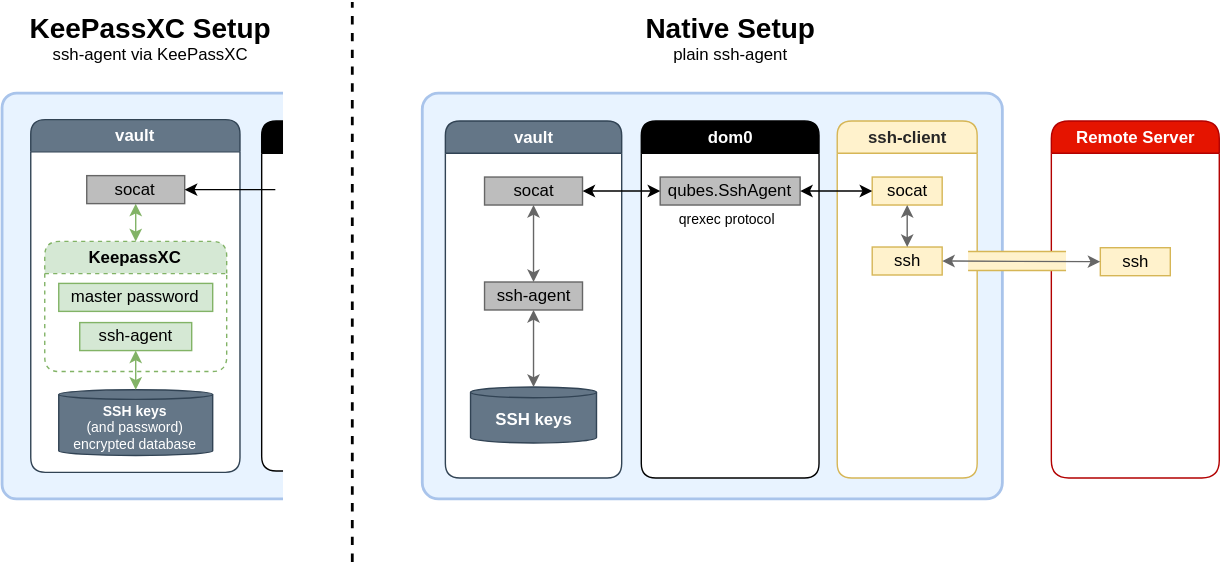
Above: split-ssh-keepassxc-6.svg in ephemer4l/qubes-splitssh-diagram (draw.io), before the change. Source tidied: cells renumbered, new cells last; positions are measured from the earlier drawing's top-left corner, leaving out a move shared by most shapes. Its diagram source:
```xml
<mxGraphModel background="#ffffff">
  <root>
    <mxCell id="0" />
    <mxCell id="1" parent="0" />
    <mxCell id="2" style="rounded=1;whiteSpace=wrap;html=1;shadow=0;glass=0;sketch=0;strokeWidth=2;arcSize=4;fillColor=#E8F3FF;strokeColor=#A9C4EB;" parent="1" vertex="1">
      <mxGeometry x="-0.2" y="65" width="259.2" height="290" as="geometry" />
    </mxCell>
    <mxCell id="3" value="vault" style="swimlane;whiteSpace=wrap;html=1;rounded=1;shadow=0;glass=0;comic=0;startSize=23;swimlaneFillColor=#ffffff;fontColor=#ffffff;fillColor=#647687;strokeColor=#314354;" parent="1" vertex="1">
      <mxGeometry x="20.2" y="84" width="149.5" height="252" as="geometry" />
    </mxCell>
    <mxCell id="4" style="endArrow=classic;startArrow=classic;html=1;strokeColor=#82b366;entryX=0.5;entryY=1;entryDx=0;entryDy=0;gradientColor=#97d077;fillColor=#d5e8d4;" parent="3" edge="1" target="12">
      <mxGeometry relative="1" as="geometry">
        <mxPoint x="75" y="87" as="sourcePoint" />
      </mxGeometry>
    </mxCell>
    <mxCell id="5" value="KeepassXC" style="swimlane;whiteSpace=wrap;html=1;rounded=1;shadow=0;glass=0;comic=0;startSize=23;swimlaneFillColor=#ffffff;fillColor=#d5e8d4;strokeColor=#82b366;dashed=1;" parent="3" vertex="1">
      <mxGeometry x="10" y="87" width="130" height="93" as="geometry" />
    </mxCell>
    <mxCell id="6" style="shape=cylinder3;whiteSpace=wrap;html=1;boundedLbl=1;backgroundOutline=1;size=3.4285714285715017;rounded=0;glass=0;comic=0;strokeColor=#314354;strokeWidth=1;fillColor=#647687;fontColor=#ffffff;" parent="5" vertex="1">
      <mxGeometry x="10" y="106" width="110" height="47" as="geometry" />
    </mxCell>
    <mxCell id="7" value="&lt;div style=&quot;font-size: 10px&quot;&gt;&lt;b&gt;&lt;font style=&quot;font-size: 10px&quot; face=&quot;Helvetica&quot;&gt;SSH keys&lt;/font&gt;&lt;/b&gt;&lt;/div&gt;&lt;div style=&quot;font-size: 10px&quot;&gt;&lt;font style=&quot;font-size: 10px&quot; face=&quot;Helvetica&quot;&gt;(and password) encrypted database&lt;br&gt;&lt;/font&gt;&lt;/div&gt;" style="text;html=1;strokeColor=none;fillColor=none;align=center;verticalAlign=middle;whiteSpace=wrap;rounded=0;glass=0;comic=0;fontColor=#FFFFFF;" parent="5" vertex="1">
      <mxGeometry x="10" y="123" width="110" height="20" as="geometry" />
    </mxCell>
    <mxCell id="8" style="rounded=0;whiteSpace=wrap;html=1;glass=0;comic=0;strokeWidth=1;fillColor=#d5e8d4;strokeColor=#82b366;" parent="5" vertex="1">
      <mxGeometry x="25" y="58" width="80" height="20" as="geometry" />
    </mxCell>
    <mxCell id="9" value="&lt;div&gt;ssh-agent&lt;/div&gt;" style="text;html=1;strokeColor=none;fillColor=none;align=center;verticalAlign=middle;whiteSpace=wrap;rounded=0;glass=0;comic=0;" parent="5" vertex="1">
      <mxGeometry x="32.5" y="58" width="65" height="20" as="geometry" />
    </mxCell>
    <mxCell id="10" style="endArrow=classic;startArrow=classic;html=1;entryX=0.5;entryY=1;entryDx=0;entryDy=0;strokeColor=#82b366;fillColor=#d5e8d4;" parent="5" edge="1" source="6" target="8">
      <mxGeometry relative="1" as="geometry">
        <Array as="points">
          <mxPoint x="65" y="83" />
        </Array>
      </mxGeometry>
    </mxCell>
    <mxCell id="11" value="&lt;div&gt;master password&lt;br&gt;&lt;/div&gt;" style="text;html=1;strokeColor=#82b366;fillColor=#d5e8d4;align=center;verticalAlign=middle;whiteSpace=wrap;rounded=0;glass=0;comic=0;" parent="5" vertex="1">
      <mxGeometry x="10" y="30" width="110" height="20" as="geometry" />
    </mxCell>
    <mxCell id="12" value="socat" style="rounded=0;whiteSpace=wrap;html=1;glass=0;comic=0;strokeWidth=1;fillColor=#BDBDBD;strokeColor=#666666;" parent="3" vertex="1">
      <mxGeometry x="40" y="40" width="70" height="20" as="geometry" />
    </mxCell>
    <mxCell id="13" value="&lt;div&gt;&lt;b&gt;&lt;font style=&quot;font-size: 20px&quot;&gt;KeePassXC Setup&lt;/font&gt;&lt;/b&gt;&lt;/div&gt;&lt;div&gt;ssh-agent via KeePassXC&lt;/div&gt;" style="text;html=1;strokeColor=none;fillColor=none;align=center;verticalAlign=middle;whiteSpace=wrap;rounded=0;" parent="1" vertex="1">
      <mxGeometry x="-0.2" y="1" width="212" height="50" as="geometry" />
    </mxCell>
    <mxCell id="14" style="rounded=1;whiteSpace=wrap;html=1;shadow=0;glass=0;sketch=0;strokeWidth=2;arcSize=4;fillColor=#E8F3FF;strokeColor=#A9C4EB;" parent="1" vertex="1">
      <mxGeometry x="300" y="65" width="414.5" height="290" as="geometry" />
    </mxCell>
    <mxCell id="15" value="vault" style="swimlane;whiteSpace=wrap;html=1;rounded=1;shadow=0;glass=0;comic=0;startSize=23;swimlaneFillColor=#ffffff;fontColor=#ffffff;fillColor=#647687;strokeColor=#314354;" parent="1" vertex="1">
      <mxGeometry x="316.5" y="85" width="126" height="255" as="geometry" />
    </mxCell>
    <mxCell id="16" style="swimlane;whiteSpace=wrap;html=1;rounded=1;shadow=0;glass=0;comic=0;startSize=23;swimlaneFillColor=#ffffff;fillColor=#000000;" parent="15" vertex="1">
      <mxGeometry x="-131.2" width="59.2" height="250" as="geometry" />
    </mxCell>
    <mxCell id="17" style="rounded=0;whiteSpace=wrap;html=1;shadow=0;glass=0;sketch=0;strokeWidth=2;strokeColor=#FFFFFF;" parent="15" vertex="1">
      <mxGeometry x="-115" y="-46.5" width="65" height="330" as="geometry" />
    </mxCell>
    <mxCell id="18" style="shape=cylinder3;whiteSpace=wrap;html=1;boundedLbl=1;backgroundOutline=1;size=3.857142857142833;rounded=0;glass=0;comic=0;strokeColor=#314354;strokeWidth=1;fillColor=#647687;fontColor=#ffffff;" parent="15" vertex="1">
      <mxGeometry x="18" y="190" width="90" height="40" as="geometry" />
    </mxCell>
    <mxCell id="19" value="socat" style="rounded=0;whiteSpace=wrap;html=1;glass=0;comic=0;strokeWidth=1;fillColor=#BDBDBD;strokeColor=#666666;" parent="15" vertex="1">
      <mxGeometry x="28" y="40" width="70" height="20" as="geometry" />
    </mxCell>
    <mxCell id="20" value="ssh-agent" style="rounded=0;whiteSpace=wrap;html=1;glass=0;comic=0;strokeWidth=1;fillColor=#BDBDBD;strokeColor=#666666;" parent="15" vertex="1">
      <mxGeometry x="28" y="115" width="70" height="20" as="geometry" />
    </mxCell>
    <mxCell id="21" style="endArrow=classic;startArrow=classic;html=1;entryX=0.5;entryY=1;entryDx=0;entryDy=0;strokeColor=#666666;" parent="15" edge="1" source="18" target="20">
      <mxGeometry relative="1" as="geometry" />
    </mxCell>
    <mxCell id="22" value="&lt;div&gt;&lt;b&gt;SSH keys&lt;/b&gt;&lt;/div&gt;" style="text;html=1;strokeColor=none;fillColor=none;align=center;verticalAlign=middle;whiteSpace=wrap;rounded=0;glass=0;comic=0;fontColor=#FFFFFF;" parent="15" vertex="1">
      <mxGeometry x="28" y="204" width="70" height="20" as="geometry" />
    </mxCell>
    <mxCell id="23" style="endArrow=classic;startArrow=classic;html=1;strokeColor=#666666;exitX=0.5;exitY=0;exitDx=0;exitDy=0;" parent="15" edge="1" source="20">
      <mxGeometry relative="1" as="geometry">
        <mxPoint x="63" y="60" as="targetPoint" />
      </mxGeometry>
    </mxCell>
    <mxCell id="24" value="&lt;font color=&quot;#262626&quot;&gt;ssh-client&lt;/font&gt;" style="swimlane;whiteSpace=wrap;html=1;rounded=1;shadow=0;glass=0;comic=0;strokeColor=#d6b656;fillColor=#fff2cc;startSize=23;swimlaneFillColor=#ffffff;" parent="1" vertex="1">
      <mxGeometry x="596.5" y="85" width="100" height="255" as="geometry" />
    </mxCell>
    <mxCell id="25" value="socat" style="rounded=0;whiteSpace=wrap;html=1;glass=0;comic=0;strokeWidth=1;fillColor=#fff2cc;strokeColor=#d6b656;" parent="24" vertex="1">
      <mxGeometry x="25" y="40" width="50" height="20" as="geometry" />
    </mxCell>
    <mxCell id="26" value="ssh" style="rounded=0;whiteSpace=wrap;html=1;glass=0;comic=0;strokeWidth=1;fillColor=#fff2cc;strokeColor=#d6b656;" parent="24" vertex="1">
      <mxGeometry x="25" y="90" width="50" height="20" as="geometry" />
    </mxCell>
    <mxCell id="27" style="endArrow=classic;startArrow=classic;html=1;strokeColor=#666666;entryX=0.5;entryY=1;entryDx=0;entryDy=0;exitX=0.5;exitY=0;exitDx=0;exitDy=0;" parent="24" edge="1" source="26" target="25">
      <mxGeometry relative="1" as="geometry" />
    </mxCell>
    <mxCell id="28" value="&lt;div style=&quot;font-size: 20px&quot;&gt;&lt;b&gt;&lt;font style=&quot;font-size: 20px&quot;&gt;Native Setup&lt;/font&gt;&lt;/b&gt;&lt;/div&gt;&lt;div&gt;plain ssh-agent&lt;br&gt;&lt;/div&gt;" style="text;html=1;strokeColor=none;fillColor=none;align=center;verticalAlign=middle;whiteSpace=wrap;rounded=0;" parent="1" vertex="1">
      <mxGeometry x="404.5" y="6" width="231" height="40" as="geometry" />
    </mxCell>
    <mxCell id="29" value="Remote Server" style="swimlane;whiteSpace=wrap;html=1;rounded=1;shadow=0;glass=0;comic=0;strokeColor=#B20000;fillColor=#e51400;startSize=23;swimlaneFillColor=#ffffff;sketch=0;arcSize=18;swimlaneLine=1;fontColor=#ffffff;" parent="1" vertex="1">
      <mxGeometry x="749.5" y="85" width="120" height="255" as="geometry" />
    </mxCell>
    <mxCell id="30" value="ssh" style="rounded=0;whiteSpace=wrap;html=1;glass=0;comic=0;strokeWidth=1;fillColor=#fff2cc;strokeColor=#d6b656;" parent="29" vertex="1">
      <mxGeometry x="35" y="90.5" width="50" height="20" as="geometry" />
    </mxCell>
    <mxCell id="31" value="&lt;div&gt;&lt;font color=&quot;#FFFFFF&quot;&gt;dom0&lt;/font&gt;&lt;/div&gt;" style="swimlane;whiteSpace=wrap;html=1;rounded=1;shadow=0;glass=0;comic=0;startSize=23;swimlaneFillColor=#ffffff;fillColor=#000000;" parent="1" vertex="1">
      <mxGeometry x="456.5" y="85" width="127" height="255" as="geometry" />
    </mxCell>
    <mxCell id="32" value="qubes.SshAgent" style="rounded=0;whiteSpace=wrap;html=1;glass=0;comic=0;strokeWidth=1;fillColor=#BDBDBD;strokeColor=#666666;" parent="31" vertex="1">
      <mxGeometry x="13.5" y="40" width="100" height="20" as="geometry" />
    </mxCell>
    <mxCell id="33" value="&lt;div style=&quot;font-size: 10px&quot;&gt;&lt;font style=&quot;font-size: 10px&quot;&gt;qrexec protocol&lt;/font&gt;&lt;/div&gt;" style="text;html=1;strokeColor=none;fillColor=none;align=center;verticalAlign=middle;whiteSpace=wrap;rounded=0;glass=0;comic=0;" parent="31" vertex="1">
      <mxGeometry x="13.5" y="60" width="96" height="20" as="geometry" />
    </mxCell>
    <mxCell id="34" style="endArrow=classic;startArrow=classic;html=1;entryX=0;entryY=0.5;entryDx=0;entryDy=0;exitX=1;exitY=0.5;exitDx=0;exitDy=0;" parent="1" edge="1" source="19" target="32">
      <mxGeometry relative="1" as="geometry" />
    </mxCell>
    <mxCell id="35" style="endArrow=classic;startArrow=classic;html=1;entryX=0;entryY=0.5;entryDx=0;entryDy=0;exitX=1;exitY=0.5;exitDx=0;exitDy=0;" parent="1" edge="1" source="32" target="25">
      <mxGeometry relative="1" as="geometry" />
    </mxCell>
    <mxCell id="36" style="shape=partialRectangle;whiteSpace=wrap;html=1;left=0;right=0;fillColor=#fff2cc;rounded=1;shadow=0;glass=0;sketch=0;strokeColor=#d6b656;" parent="1" vertex="1">
      <mxGeometry x="690" y="178.2" width="70" height="13.5" as="geometry" />
    </mxCell>
    <mxCell id="37" style="endArrow=classic;startArrow=classic;html=1;strokeColor=#666666;entryX=1;entryY=0.5;entryDx=0;entryDy=0;exitX=0;exitY=0.5;exitDx=0;exitDy=0;" parent="1" edge="1" source="30" target="26">
      <mxGeometry relative="1" as="geometry" />
    </mxCell>
    <mxCell id="38" style="endArrow=classic;startArrow=none;html=1;startFill=0;entryX=1;entryY=0.5;entryDx=0;entryDy=0;" parent="1" edge="1" target="12">
      <mxGeometry relative="1" as="geometry">
        <mxPoint x="195" y="134" as="sourcePoint" />
      </mxGeometry>
    </mxCell>
    <mxCell id="39" style="endArrow=none;html=1;dashed=1;strokeWidth=2;" parent="1" edge="1">
      <mxGeometry relative="1" as="geometry">
        <mxPoint x="250" y="400" as="sourcePoint" />
        <mxPoint x="250" as="targetPoint" />
      </mxGeometry>
    </mxCell>
  </root>
</mxGraphModel>
```
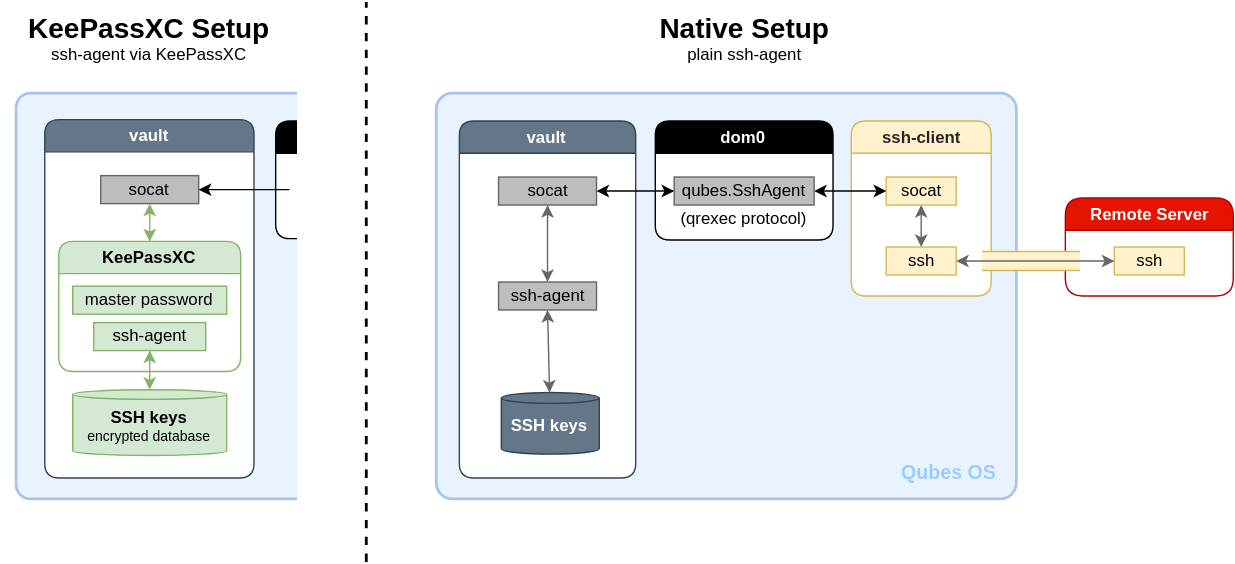
After the commit.

Diff of the diagram source:
```diff
@@ -6,21 +6,21 @@
       <mxGeometry x="-0.2" y="65" width="259.2" height="290" as="geometry" />
     </mxCell>
     <mxCell id="3" value="vault" style="swimlane;whiteSpace=wrap;html=1;rounded=1;shadow=0;glass=0;comic=0;startSize=23;swimlaneFillColor=#ffffff;fontColor=#ffffff;fillColor=#647687;strokeColor=#314354;" parent="1" vertex="1">
-      <mxGeometry x="20.2" y="84" width="149.5" height="252" as="geometry" />
+      <mxGeometry x="20.2" y="84" width="149.5" height="256" as="geometry" />
     </mxCell>
     <mxCell id="4" style="endArrow=classic;startArrow=classic;html=1;strokeColor=#82b366;entryX=0.5;entryY=1;entryDx=0;entryDy=0;gradientColor=#97d077;fillColor=#d5e8d4;" parent="3" edge="1" target="12">
       <mxGeometry relative="1" as="geometry">
         <mxPoint x="75" y="87" as="sourcePoint" />
       </mxGeometry>
     </mxCell>
-    <mxCell id="5" value="KeepassXC" style="swimlane;whiteSpace=wrap;html=1;rounded=1;shadow=0;glass=0;comic=0;startSize=23;swimlaneFillColor=#ffffff;fillColor=#d5e8d4;strokeColor=#82b366;dashed=1;" parent="3" vertex="1">
+    <mxCell id="5" value="KeePassXC" style="swimlane;whiteSpace=wrap;html=1;rounded=1;shadow=0;glass=0;comic=0;startSize=23;swimlaneFillColor=#ffffff;fillColor=#d5e8d4;strokeColor=#82b366;" parent="3" vertex="1">
       <mxGeometry x="10" y="87" width="130" height="93" as="geometry" />
     </mxCell>
-    <mxCell id="6" style="shape=cylinder3;whiteSpace=wrap;html=1;boundedLbl=1;backgroundOutline=1;size=3.4285714285715017;rounded=0;glass=0;comic=0;strokeColor=#314354;strokeWidth=1;fillColor=#647687;fontColor=#ffffff;" parent="5" vertex="1">
+    <mxCell id="6" style="shape=cylinder3;whiteSpace=wrap;html=1;boundedLbl=1;backgroundOutline=1;size=3.4285714285715017;rounded=0;glass=0;comic=0;strokeColor=#82b366;strokeWidth=1;fillColor=#d5e8d4;noLabel=1;fontColor=none;" parent="5" vertex="1">
       <mxGeometry x="10" y="106" width="110" height="47" as="geometry" />
     </mxCell>
-    <mxCell id="7" value="&lt;div style=&quot;font-size: 10px&quot;&gt;&lt;b&gt;&lt;font style=&quot;font-size: 10px&quot; face=&quot;Helvetica&quot;&gt;SSH keys&lt;/font&gt;&lt;/b&gt;&lt;/div&gt;&lt;div style=&quot;font-size: 10px&quot;&gt;&lt;font style=&quot;font-size: 10px&quot; face=&quot;Helvetica&quot;&gt;(and password) encrypted database&lt;br&gt;&lt;/font&gt;&lt;/div&gt;" style="text;html=1;strokeColor=none;fillColor=none;align=center;verticalAlign=middle;whiteSpace=wrap;rounded=0;glass=0;comic=0;fontColor=#FFFFFF;" parent="5" vertex="1">
-      <mxGeometry x="10" y="123" width="110" height="20" as="geometry" />
+    <mxCell id="7" value="&lt;div style=&quot;font-size: 11px&quot;&gt;&lt;font size=&quot;1&quot;&gt;&lt;b&gt;&lt;font style=&quot;font-size: 12px&quot; face=&quot;Helvetica&quot;&gt;SSH keys&lt;/font&gt;&lt;/b&gt;&lt;/font&gt;&lt;/div&gt;&lt;div style=&quot;font-size: 10px&quot;&gt;&lt;font style=&quot;font-size: 10px&quot; face=&quot;Helvetica&quot;&gt;encrypted database&lt;br&gt;&lt;/font&gt;&lt;/div&gt;" style="text;html=1;strokeColor=none;fillColor=none;align=center;verticalAlign=middle;whiteSpace=wrap;rounded=0;glass=0;comic=0;" parent="5" vertex="1">
+      <mxGeometry x="10" y="112" width="110" height="40" as="geometry" />
     </mxCell>
     <mxCell id="8" style="rounded=0;whiteSpace=wrap;html=1;glass=0;comic=0;strokeWidth=1;fillColor=#d5e8d4;strokeColor=#82b366;" parent="5" vertex="1">
       <mxGeometry x="25" y="58" width="80" height="20" as="geometry" />
@@ -36,13 +36,13 @@
       </mxGeometry>
     </mxCell>
     <mxCell id="11" value="&lt;div&gt;master password&lt;br&gt;&lt;/div&gt;" style="text;html=1;strokeColor=#82b366;fillColor=#d5e8d4;align=center;verticalAlign=middle;whiteSpace=wrap;rounded=0;glass=0;comic=0;" parent="5" vertex="1">
-      <mxGeometry x="10" y="30" width="110" height="20" as="geometry" />
+      <mxGeometry x="10" y="32" width="110" height="20" as="geometry" />
     </mxCell>
     <mxCell id="12" value="socat" style="rounded=0;whiteSpace=wrap;html=1;glass=0;comic=0;strokeWidth=1;fillColor=#BDBDBD;strokeColor=#666666;" parent="3" vertex="1">
       <mxGeometry x="40" y="40" width="70" height="20" as="geometry" />
     </mxCell>
     <mxCell id="13" value="&lt;div&gt;&lt;b&gt;&lt;font style=&quot;font-size: 20px&quot;&gt;KeePassXC Setup&lt;/font&gt;&lt;/b&gt;&lt;/div&gt;&lt;div&gt;ssh-agent via KeePassXC&lt;/div&gt;" style="text;html=1;strokeColor=none;fillColor=none;align=center;verticalAlign=middle;whiteSpace=wrap;rounded=0;" parent="1" vertex="1">
-      <mxGeometry x="-0.2" y="1" width="212" height="50" as="geometry" />
+      <mxGeometry x="-11" y="1" width="212" height="50" as="geometry" />
     </mxCell>
     <mxCell id="14" style="rounded=1;whiteSpace=wrap;html=1;shadow=0;glass=0;sketch=0;strokeWidth=2;arcSize=4;fillColor=#E8F3FF;strokeColor=#A9C4EB;" parent="1" vertex="1">
       <mxGeometry x="300" y="65" width="414.5" height="290" as="geometry" />
@@ -51,13 +51,13 @@
       <mxGeometry x="316.5" y="85" width="126" height="255" as="geometry" />
     </mxCell>
     <mxCell id="16" style="swimlane;whiteSpace=wrap;html=1;rounded=1;shadow=0;glass=0;comic=0;startSize=23;swimlaneFillColor=#ffffff;fillColor=#000000;" parent="15" vertex="1">
-      <mxGeometry x="-131.2" width="59.2" height="250" as="geometry" />
+      <mxGeometry x="-131.2" width="59.2" height="84" as="geometry" />
     </mxCell>
     <mxCell id="17" style="rounded=0;whiteSpace=wrap;html=1;shadow=0;glass=0;sketch=0;strokeWidth=2;strokeColor=#FFFFFF;" parent="15" vertex="1">
       <mxGeometry x="-115" y="-46.5" width="65" height="330" as="geometry" />
     </mxCell>
     <mxCell id="18" style="shape=cylinder3;whiteSpace=wrap;html=1;boundedLbl=1;backgroundOutline=1;size=3.857142857142833;rounded=0;glass=0;comic=0;strokeColor=#314354;strokeWidth=1;fillColor=#647687;fontColor=#ffffff;" parent="15" vertex="1">
-      <mxGeometry x="18" y="190" width="90" height="40" as="geometry" />
+      <mxGeometry x="30" y="194" width="70" height="44" as="geometry" />
     </mxCell>
     <mxCell id="19" value="socat" style="rounded=0;whiteSpace=wrap;html=1;glass=0;comic=0;strokeWidth=1;fillColor=#BDBDBD;strokeColor=#666666;" parent="15" vertex="1">
       <mxGeometry x="28" y="40" width="70" height="20" as="geometry" />
@@ -69,7 +69,7 @@
       <mxGeometry relative="1" as="geometry" />
     </mxCell>
     <mxCell id="22" value="&lt;div&gt;&lt;b&gt;SSH keys&lt;/b&gt;&lt;/div&gt;" style="text;html=1;strokeColor=none;fillColor=none;align=center;verticalAlign=middle;whiteSpace=wrap;rounded=0;glass=0;comic=0;fontColor=#FFFFFF;" parent="15" vertex="1">
-      <mxGeometry x="28" y="204" width="70" height="20" as="geometry" />
+      <mxGeometry x="30" y="208" width="70" height="20" as="geometry" />
     </mxCell>
     <mxCell id="23" style="endArrow=classic;startArrow=classic;html=1;strokeColor=#666666;exitX=0.5;exitY=0;exitDx=0;exitDy=0;" parent="15" edge="1" source="20">
       <mxGeometry relative="1" as="geometry">
@@ -77,7 +77,7 @@
       </mxGeometry>
     </mxCell>
     <mxCell id="24" value="&lt;font color=&quot;#262626&quot;&gt;ssh-client&lt;/font&gt;" style="swimlane;whiteSpace=wrap;html=1;rounded=1;shadow=0;glass=0;comic=0;strokeColor=#d6b656;fillColor=#fff2cc;startSize=23;swimlaneFillColor=#ffffff;" parent="1" vertex="1">
-      <mxGeometry x="596.5" y="85" width="100" height="255" as="geometry" />
+      <mxGeometry x="596.5" y="85" width="100" height="125" as="geometry" />
     </mxCell>
     <mxCell id="25" value="socat" style="rounded=0;whiteSpace=wrap;html=1;glass=0;comic=0;strokeWidth=1;fillColor=#fff2cc;strokeColor=#d6b656;" parent="24" vertex="1">
       <mxGeometry x="25" y="40" width="50" height="20" as="geometry" />
@@ -92,19 +92,19 @@
       <mxGeometry x="404.5" y="6" width="231" height="40" as="geometry" />
     </mxCell>
     <mxCell id="29" value="Remote Server" style="swimlane;whiteSpace=wrap;html=1;rounded=1;shadow=0;glass=0;comic=0;strokeColor=#B20000;fillColor=#e51400;startSize=23;swimlaneFillColor=#ffffff;sketch=0;arcSize=18;swimlaneLine=1;fontColor=#ffffff;" parent="1" vertex="1">
-      <mxGeometry x="749.5" y="85" width="120" height="255" as="geometry" />
+      <mxGeometry x="749.5" y="140" width="120" height="70" as="geometry" />
     </mxCell>
     <mxCell id="30" value="ssh" style="rounded=0;whiteSpace=wrap;html=1;glass=0;comic=0;strokeWidth=1;fillColor=#fff2cc;strokeColor=#d6b656;" parent="29" vertex="1">
-      <mxGeometry x="35" y="90.5" width="50" height="20" as="geometry" />
+      <mxGeometry x="35" y="35" width="50" height="20" as="geometry" />
     </mxCell>
     <mxCell id="31" value="&lt;div&gt;&lt;font color=&quot;#FFFFFF&quot;&gt;dom0&lt;/font&gt;&lt;/div&gt;" style="swimlane;whiteSpace=wrap;html=1;rounded=1;shadow=0;glass=0;comic=0;startSize=23;swimlaneFillColor=#ffffff;fillColor=#000000;" parent="1" vertex="1">
-      <mxGeometry x="456.5" y="85" width="127" height="255" as="geometry" />
+      <mxGeometry x="456.5" y="85" width="127" height="85" as="geometry" />
     </mxCell>
     <mxCell id="32" value="qubes.SshAgent" style="rounded=0;whiteSpace=wrap;html=1;glass=0;comic=0;strokeWidth=1;fillColor=#BDBDBD;strokeColor=#666666;" parent="31" vertex="1">
       <mxGeometry x="13.5" y="40" width="100" height="20" as="geometry" />
     </mxCell>
-    <mxCell id="33" value="&lt;div style=&quot;font-size: 10px&quot;&gt;&lt;font style=&quot;font-size: 10px&quot;&gt;qrexec protocol&lt;/font&gt;&lt;/div&gt;" style="text;html=1;strokeColor=none;fillColor=none;align=center;verticalAlign=middle;whiteSpace=wrap;rounded=0;glass=0;comic=0;" parent="31" vertex="1">
-      <mxGeometry x="13.5" y="60" width="96" height="20" as="geometry" />
+    <mxCell id="33" value="&lt;div&gt;&lt;font style=&quot;font-size: 12px&quot;&gt;(qrexec protocol)&lt;/font&gt;&lt;/div&gt;" style="text;html=1;strokeColor=none;fillColor=none;align=center;verticalAlign=middle;whiteSpace=wrap;rounded=0;glass=0;comic=0;" parent="31" vertex="1">
+      <mxGeometry x="12.8" y="60" width="101.5" height="20" as="geometry" />
     </mxCell>
     <mxCell id="34" style="endArrow=classic;startArrow=classic;html=1;entryX=0;entryY=0.5;entryDx=0;entryDy=0;exitX=1;exitY=0.5;exitDx=0;exitDy=0;" parent="1" edge="1" source="19" target="32">
       <mxGeometry relative="1" as="geometry" />
@@ -129,5 +129,8 @@
         <mxPoint x="250" as="targetPoint" />
       </mxGeometry>
     </mxCell>
+    <mxCell id="40" value="&lt;b style=&quot;font-size: 14px;&quot;&gt;&lt;font style=&quot;font-size: 14px;&quot;&gt;Qubes OS&lt;/font&gt;&lt;/b&gt;" style="text;html=1;strokeColor=none;fillColor=none;align=center;verticalAlign=middle;whiteSpace=wrap;rounded=0;dashed=1;fontColor=#99CCFF;fontSize=14;" parent="1" vertex="1">
+      <mxGeometry x="630" y="327" width="73" height="18" as="geometry" />
+    </mxCell>
   </root>
 </mxGraphModel>
```
